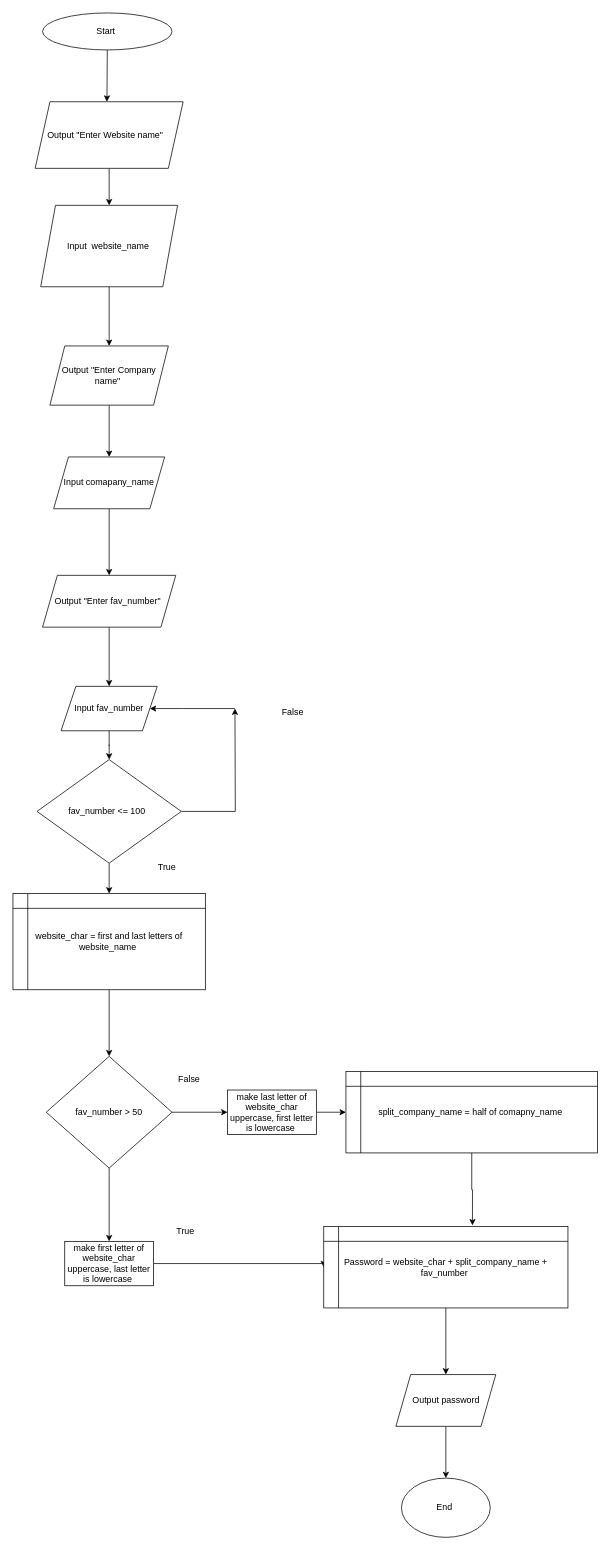
Shunuk/Shunsuke keeps this draw.io diagram as Untitled Diagram.drawio. Above is the earlier version. Source tidied: cells renumbered, new cells numbered last; positions are measured from the earlier drawing's top-left corner, leaving out a move shared by most shapes. Both pictures are drawn from the tidied source at 74%, with x=0, y=0 at pixel (13, 13).
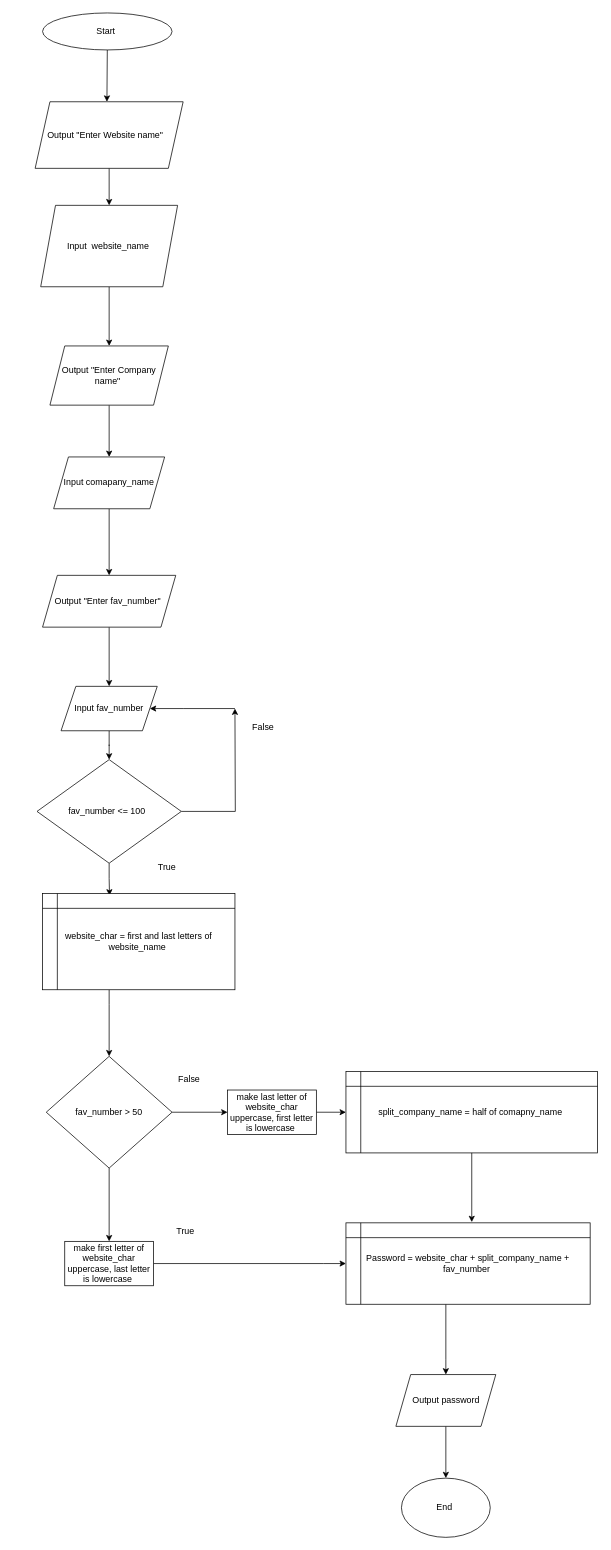
The same page after the edit.

The change refers to these unchanged cells:
```xml
<mxCell id="13" value="fav_number &amp;lt;= 100&amp;nbsp;&amp;nbsp;" style="rhombus;whiteSpace=wrap;html=1;" parent="1" vertex="1">
  <mxGeometry x="32.5" y="1009" width="195" height="140" as="geometry" />
</mxCell>
<mxCell id="22" value="fav_number &amp;gt; 50" style="rhombus;whiteSpace=wrap;html=1;" parent="1" vertex="1">
  <mxGeometry x="45" y="1410" width="170" height="151" as="geometry" />
</mxCell>
<mxCell id="27" value="split_company_name = half of comapny_name&amp;nbsp;" style="shape=internalStorage;whiteSpace=wrap;html=1;backgroundOutline=1;" parent="1" vertex="1">
  <mxGeometry x="450" y="1430.5" width="340" height="110" as="geometry" />
</mxCell>
<mxCell id="31" value="Output password" style="shape=parallelogram;perimeter=parallelogramPerimeter;whiteSpace=wrap;html=1;fixedSize=1;" parent="1" vertex="1">
  <mxGeometry x="517.5" y="1840" width="135" height="70" as="geometry" />
</mxCell>
```

The edit, as a diff of the source:
```diff
@@
-    <mxCell id="11" style="edgeStyle=orthogonalEdgeStyle;rounded=0;jettySize=auto;html=1;entryX=0.5;entryY=0;entryDx=0;entryDy=0;" parent="1" edge="1" source="13" target="19">
+    <mxCell id="11" style="edgeStyle=orthogonalEdgeStyle;rounded=0;jettySize=auto;html=1;entryX=0.348;entryY=0.021;entryDx=0;entryDy=0;entryPerimeter=0;" parent="1" edge="1" source="13" target="19">
       <mxGeometry relative="1" as="geometry" />
     </mxCell>
@@
     <mxCell id="18" style="edgeStyle=orthogonalEdgeStyle;rounded=0;jettySize=auto;html=1;entryX=0.5;entryY=0;entryDx=0;entryDy=0;" parent="1" edge="1" source="19" target="22">
-      <mxGeometry relative="1" as="geometry" />
+      <mxGeometry relative="1" as="geometry">
+        <Array as="points">
+          <mxPoint x="130" y="1340" />
+          <mxPoint x="130" y="1340" />
+        </Array>
+      </mxGeometry>
     </mxCell>
     <mxCell id="19" value="website_char = first and last letters of website_name&amp;nbsp;" style="shape=internalStorage;whiteSpace=wrap;html=1;backgroundOutline=1;" parent="1" vertex="1">
-      <mxGeometry y="1190" width="260" height="130" as="geometry" />
+      <mxGeometry x="40" y="1190" width="260" height="130" as="geometry" />
     </mxCell>
@@
     <mxCell id="28" style="edgeStyle=orthogonalEdgeStyle;rounded=0;jettySize=auto;html=1;" parent="1" edge="1" source="29" target="31">
-      <mxGeometry relative="1" as="geometry" />
+      <mxGeometry relative="1" as="geometry">
+        <Array as="points">
+          <mxPoint x="585" y="1820" />
+          <mxPoint x="585" y="1820" />
+        </Array>
+      </mxGeometry>
     </mxCell>
     <mxCell id="29" value="Password = website_char + split_company_name + fav_number&amp;nbsp;" style="shape=internalStorage;whiteSpace=wrap;html=1;backgroundOutline=1;" parent="1" vertex="1">
-      <mxGeometry x="420" y="1640" width="330" height="110" as="geometry" />
+      <mxGeometry x="450" y="1635" width="330" height="110" as="geometry" />
     </mxCell>
@@
-    <mxCell id="34" style="edgeStyle=orthogonalEdgeStyle;rounded=0;jettySize=auto;html=1;entryX=0.609;entryY=-0.014;entryDx=0;entryDy=0;entryPerimeter=0;" parent="1" edge="1" source="27" target="29">
-      <mxGeometry relative="1" as="geometry" />
+    <mxCell id="34" style="edgeStyle=orthogonalEdgeStyle;rounded=0;jettySize=auto;html=1;" parent="1" edge="1" source="27">
+      <mxGeometry relative="1" as="geometry">
+        <mxPoint x="620" y="1634" as="targetPoint" />
+        <Array as="points">
+          <mxPoint x="620" y="1634" />
+        </Array>
+      </mxGeometry>
     </mxCell>
@@
     <mxCell id="39" value="False&amp;nbsp;" style="text;html=1;strokeColor=none;fillColor=none;align=center;verticalAlign=middle;whiteSpace=wrap;rounded=0;" parent="1" vertex="1">
-      <mxGeometry x="350" y="930" width="60" height="30" as="geometry" />
+      <mxGeometry x="310" y="950" width="60" height="30" as="geometry" />
     </mxCell>
```
